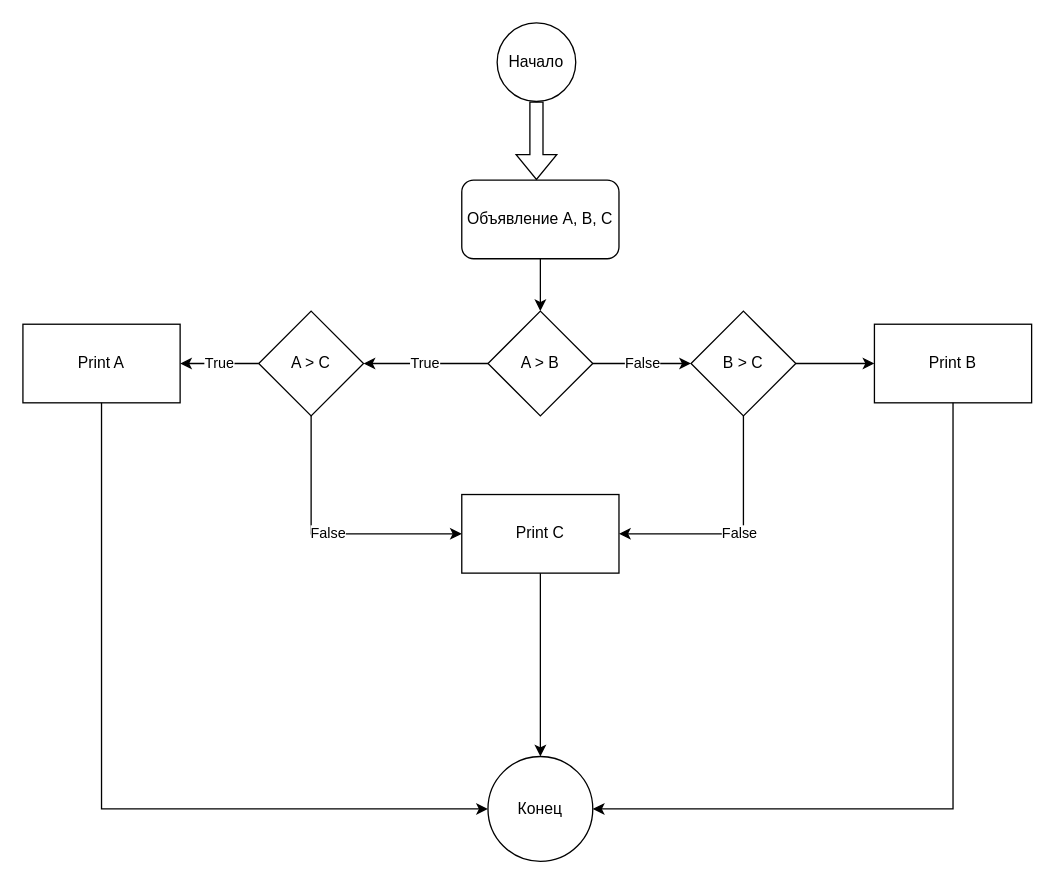
Before: max of 3.drawio in incompr/diagram, a draw.io diagram. Source tidied: cells renumbered, new cells numbered last; positions are measured from the earlier drawing's top-left corner, leaving out a move shared by most shapes. Both pictures are drawn from the tidied source at 131%, with x=0, y=0 at pixel (22, 22).
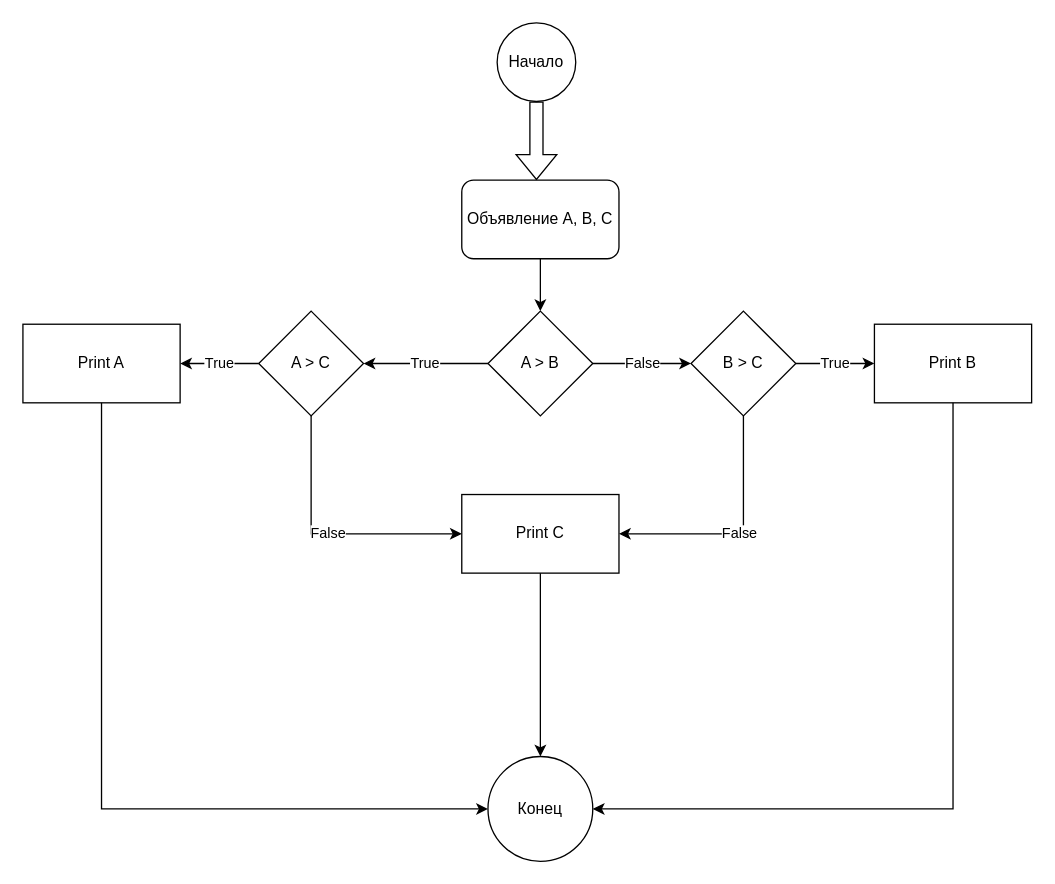
The same diagram, later.

The change refers to these unchanged cells:
```xml
<mxCell id="11" value="B &amp;gt; C" style="rhombus;whiteSpace=wrap;html=1;" parent="1" vertex="1">
  <mxGeometry x="510" y="220" width="80" height="80" as="geometry" />
</mxCell>
<mxCell id="19" value="Print B" style="whiteSpace=wrap;html=1;" parent="1" vertex="1">
  <mxGeometry x="650" y="230" width="120" height="60" as="geometry" />
</mxCell>
```

Diff of the diagram source:
```diff
@@
-    <mxCell id="9" style="edgeStyle=orthogonalEdgeStyle;rounded=0;jettySize=auto;html=1;" parent="1" edge="1" source="11" target="19">
+    <mxCell id="9" value="True" style="edgeStyle=orthogonalEdgeStyle;rounded=0;jettySize=auto;html=1;" parent="1" edge="1" source="11" target="19">
       <mxGeometry relative="1" as="geometry" />
     </mxCell>
```
